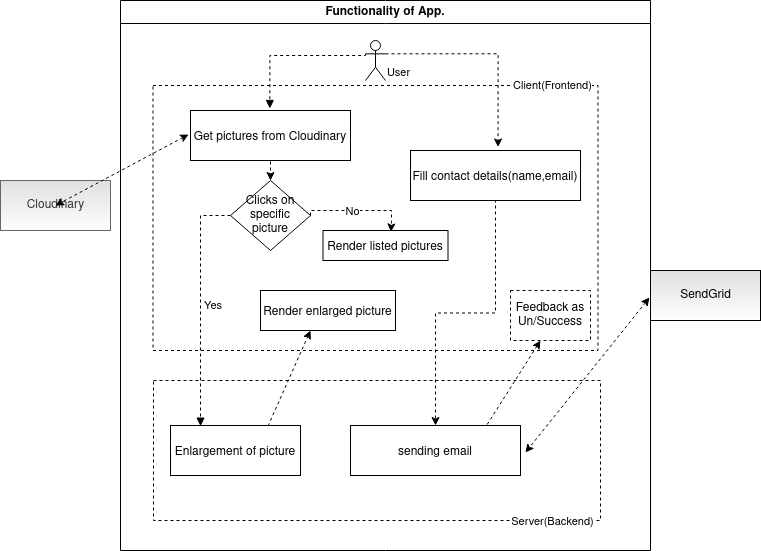
Above: Diagram2st.drawio.png in Dan88Hus/DLBCSPJWD01 (draw.io), before the change. Source tidied: cells renumbered, new cells last; positions are measured from the earlier drawing's top-left corner, leaving out a move shared by most shapes. The source it was exported from:
```xml
<mxGraphModel>
  <root>
    <mxCell id="0" />
    <mxCell id="1" parent="0" />
    <mxCell id="2" value="Functionality of App." style="swimlane;whiteSpace=wrap;startSize=23;" parent="1" vertex="1">
      <mxGeometry x="120" width="530" height="550" as="geometry" />
    </mxCell>
    <mxCell id="3" style="rounded=0;whiteSpace=wrap;html=1;strokeColor=default;fillColor=none;dashed=1;" parent="2" vertex="1">
      <mxGeometry x="33" y="380" width="447" height="140" as="geometry" />
    </mxCell>
    <mxCell id="4" style="rounded=0;whiteSpace=wrap;html=1;fillColor=none;dashed=1;" parent="2" vertex="1">
      <mxGeometry x="32.5" y="85" width="445" height="265" as="geometry" />
    </mxCell>
    <mxCell id="5" value="Enlargement of picture" parent="2" vertex="1">
      <mxGeometry x="50" y="425" width="130" height="50" as="geometry" />
    </mxCell>
    <mxCell id="6" value="Render enlarged picture" parent="2" vertex="1">
      <mxGeometry x="140" y="290" width="135" height="40" as="geometry" />
    </mxCell>
    <mxCell id="7" value="Get pictures from Cloudinary" parent="2" vertex="1">
      <mxGeometry x="70" y="110" width="160" height="50" as="geometry" />
    </mxCell>
    <mxCell id="8" style="endArrow=classic;html=1;rounded=0;entryX=0.5;entryY=0;entryDx=0;entryDy=0;exitX=0.5;exitY=1.02;exitDx=0;exitDy=0;exitPerimeter=0;dashed=1;" parent="2" edge="1" source="7" target="13">
      <mxGeometry relative="1" as="geometry" />
    </mxCell>
    <mxCell id="9" style="edgeStyle=orthogonalEdgeStyle;rounded=0;jettySize=auto;html=1;exitX=1;exitY=0.3333333333333333;exitDx=0;exitDy=0;entryX=0.515;entryY=-0.07;entryDx=0;entryDy=0;dashed=1;exitPerimeter=0;entryPerimeter=0;" parent="2" edge="1" source="20" target="18">
      <mxGeometry relative="1" as="geometry" />
    </mxCell>
    <mxCell id="10" value="User" style="edgeLabel;html=1;align=center;verticalAlign=middle;rotation=0;" parent="2" vertex="1">
      <mxGeometry x="320" y="70" as="geometry">
        <mxPoint x="-42" y="2" as="offset" />
      </mxGeometry>
    </mxCell>
    <mxCell id="11" style="edgeStyle=orthogonalEdgeStyle;rounded=0;jettySize=auto;html=1;exitX=1;exitY=0.5;exitDx=0;exitDy=0;entryX=0.544;entryY=0.046;entryDx=0;entryDy=0;entryPerimeter=0;dashed=1;" parent="2" edge="1" source="13" target="16">
      <mxGeometry relative="1" as="geometry">
        <Array as="points">
          <mxPoint x="190" y="210" />
          <mxPoint x="271" y="210" />
          <mxPoint x="271" y="221" />
        </Array>
      </mxGeometry>
    </mxCell>
    <mxCell id="12" value="No" style="edgeLabel;html=1;align=center;verticalAlign=middle;" parent="11" vertex="1">
      <mxGeometry x="-0.67" relative="1" as="geometry">
        <mxPoint x="28" as="offset" />
      </mxGeometry>
    </mxCell>
    <mxCell id="13" value="Clicks on specific picture" style="rhombus;whiteSpace=wrap;html=1;" parent="2" vertex="1">
      <mxGeometry x="110" y="180" width="80" height="70" as="geometry" />
    </mxCell>
    <mxCell id="14" style="edgeStyle=orthogonalEdgeStyle;html=1;align=left;spacingLeft=2;endArrow=block;rounded=0;entryX=0.496;entryY=-0.04;exitX=0;exitY=0.3333333333333333;exitDx=0;exitDy=0;entryDx=0;entryDy=0;entryPerimeter=0;dashed=1;exitPerimeter=0;" parent="2" edge="1" source="20" target="7">
      <mxGeometry relative="1" as="geometry">
        <Array as="points">
          <mxPoint x="245" y="55" />
          <mxPoint x="150" y="55" />
          <mxPoint x="150" y="108" />
        </Array>
      </mxGeometry>
    </mxCell>
    <mxCell id="15" value="Yes" style="edgeStyle=orthogonalEdgeStyle;html=1;align=left;spacingLeft=2;endArrow=block;rounded=0;exitX=0;exitY=0.5;exitDx=0;exitDy=0;dashed=1;entryX=0.231;entryY=0.013;entryDx=0;entryDy=0;entryPerimeter=0;" parent="2" edge="1" source="13" target="5">
      <mxGeometry relative="1" as="geometry">
        <Array as="points">
          <mxPoint x="80" y="215" />
        </Array>
      </mxGeometry>
    </mxCell>
    <mxCell id="16" value="Render listed pictures" parent="2" vertex="1">
      <mxGeometry x="202.5" y="230" width="125" height="30" as="geometry" />
    </mxCell>
    <mxCell id="17" style="edgeStyle=orthogonalEdgeStyle;rounded=0;jettySize=auto;html=1;entryX=0.5;entryY=0;entryDx=0;entryDy=0;entryPerimeter=0;dashed=1;" parent="2" edge="1" source="18" target="19">
      <mxGeometry relative="1" as="geometry" />
    </mxCell>
    <mxCell id="18" value="Fill contact details(name,email)" parent="2" vertex="1">
      <mxGeometry x="290" y="150" width="170" height="50" as="geometry" />
    </mxCell>
    <mxCell id="19" value="sending email" parent="2" vertex="1">
      <mxGeometry x="230" y="425" width="170" height="50" as="geometry" />
    </mxCell>
    <mxCell id="20" style="shape=umlActor;verticalLabelPosition=bottom;verticalAlign=top;html=1;outlineConnect=0;fillColor=none;strokeColor=default;" parent="2" vertex="1">
      <mxGeometry x="245" y="40" width="20" height="40" as="geometry" />
    </mxCell>
    <mxCell id="21" value="Client(Frontend)" style="edgeLabel;html=1;align=center;verticalAlign=middle;" parent="2" vertex="1">
      <mxGeometry x="265" y="200" as="geometry">
        <mxPoint x="166" y="-116" as="offset" />
      </mxGeometry>
    </mxCell>
    <mxCell id="22" style="endArrow=classic;startArrow=none;html=1;rounded=0;exitX=0.75;exitY=0.013;exitDx=0;exitDy=0;exitPerimeter=0;entryX=0.37;entryY=1;entryDx=0;entryDy=0;entryPerimeter=0;dashed=1;startFill=0;" parent="2" edge="1" source="5" target="6">
      <mxGeometry relative="1" as="geometry" />
    </mxCell>
    <mxCell id="23" value="Server(Backend)" style="edgeLabel;html=1;align=center;verticalAlign=middle;" parent="2" vertex="1">
      <mxGeometry x="265" y="636" as="geometry">
        <mxPoint x="166" y="-116" as="offset" />
      </mxGeometry>
    </mxCell>
    <mxCell id="24" value="Feedback as Un/Success" style="rounded=0;whiteSpace=wrap;html=1;dashed=1;strokeColor=default;fillColor=none;" parent="2" vertex="1">
      <mxGeometry x="390" y="290" width="80" height="50" as="geometry" />
    </mxCell>
    <mxCell id="25" style="endArrow=classic;startArrow=none;html=1;rounded=0;dashed=1;startFill=0;entryX=0.375;entryY=1;entryDx=0;entryDy=0;entryPerimeter=0;exitX=0.804;exitY=-0.02;exitDx=0;exitDy=0;exitPerimeter=0;" parent="2" edge="1" source="19" target="24">
      <mxGeometry relative="1" as="geometry" />
    </mxCell>
    <mxCell id="26" value="Cloudinary" style="html=1;fillColor=#E0E0E0;strokeColor=#666666;fontColor=#333333;gradientColor=#ffffff;" parent="1" vertex="1">
      <mxGeometry y="180" width="110" height="50" as="geometry" />
    </mxCell>
    <mxCell id="27" style="endArrow=classic;startArrow=classic;html=1;rounded=1;exitX=-0.012;exitY=0.48;exitDx=0;exitDy=0;exitPerimeter=0;strokeColor=default;shadow=0;sketch=0;dashed=1;entryX=1;entryY=0.5;entryDx=0;entryDy=0;" parent="1" edge="1" source="7" target="26">
      <mxGeometry relative="1" as="geometry" />
    </mxCell>
    <mxCell id="28" value="SendGrid" style="html=1;fillColor=#E0E0E0;gradientColor=#ffffff;" parent="1" vertex="1">
      <mxGeometry x="650" y="270" width="110" height="50" as="geometry" />
    </mxCell>
    <mxCell id="29" style="endArrow=classic;startArrow=classic;html=1;rounded=0;exitX=-0.009;exitY=0.54;exitDx=0;exitDy=0;entryX=1.029;entryY=0.54;entryDx=0;entryDy=0;exitPerimeter=0;entryPerimeter=0;dashed=1;" parent="1" edge="1" source="28" target="19">
      <mxGeometry relative="1" as="geometry" />
    </mxCell>
  </root>
</mxGraphModel>
```
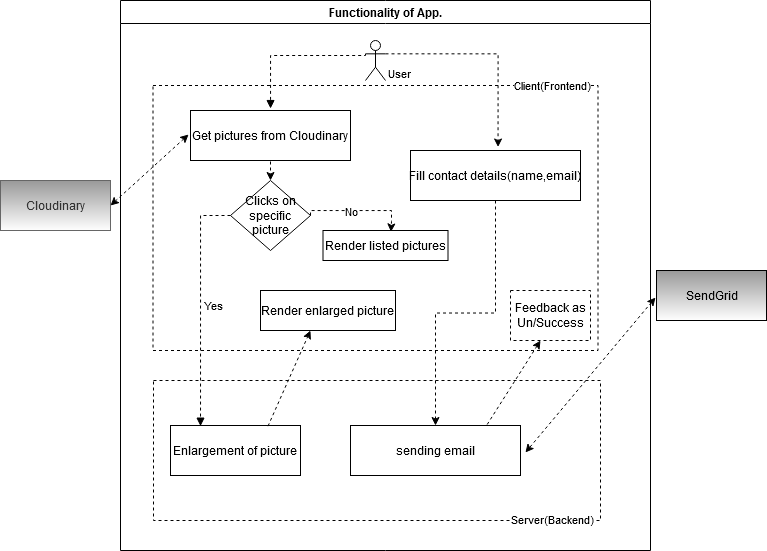
Above is the later version.

The edit, as a diff of the source:
```diff
@@ -88,7 +88,7 @@
       <mxGeometry relative="1" as="geometry" />
     </mxCell>
     <mxCell id="23" value="Server(Backend)" style="edgeLabel;html=1;align=center;verticalAlign=middle;" parent="2" vertex="1">
-      <mxGeometry x="265" y="636" as="geometry">
+      <mxGeometry x="265" y="634" as="geometry">
         <mxPoint x="166" y="-116" as="offset" />
       </mxGeometry>
     </mxCell>
@@ -98,14 +98,14 @@
     <mxCell id="25" style="endArrow=classic;startArrow=none;html=1;rounded=0;dashed=1;startFill=0;entryX=0.375;entryY=1;entryDx=0;entryDy=0;entryPerimeter=0;exitX=0.804;exitY=-0.02;exitDx=0;exitDy=0;exitPerimeter=0;" parent="2" edge="1" source="19" target="24">
       <mxGeometry relative="1" as="geometry" />
     </mxCell>
-    <mxCell id="26" value="Cloudinary" style="html=1;fillColor=#E0E0E0;strokeColor=#666666;fontColor=#333333;gradientColor=#ffffff;" parent="1" vertex="1">
+    <mxCell id="26" value="Cloudinary" style="html=1;fillColor=#999999;strokeColor=#666666;fontColor=#333333;gradientColor=#ffffff;" parent="1" vertex="1">
       <mxGeometry y="180" width="110" height="50" as="geometry" />
     </mxCell>
     <mxCell id="27" style="endArrow=classic;startArrow=classic;html=1;rounded=1;exitX=-0.012;exitY=0.48;exitDx=0;exitDy=0;exitPerimeter=0;strokeColor=default;shadow=0;sketch=0;dashed=1;entryX=1;entryY=0.5;entryDx=0;entryDy=0;" parent="1" edge="1" source="7" target="26">
       <mxGeometry relative="1" as="geometry" />
     </mxCell>
-    <mxCell id="28" value="SendGrid" style="html=1;fillColor=#E0E0E0;gradientColor=#ffffff;" parent="1" vertex="1">
-      <mxGeometry x="650" y="270" width="110" height="50" as="geometry" />
+    <mxCell id="28" value="SendGrid" style="html=1;fillColor=#999999;gradientColor=#ffffff;" parent="1" vertex="1">
+      <mxGeometry x="656" y="270" width="110" height="50" as="geometry" />
     </mxCell>
     <mxCell id="29" style="endArrow=classic;startArrow=classic;html=1;rounded=0;exitX=-0.009;exitY=0.54;exitDx=0;exitDy=0;entryX=1.029;entryY=0.54;entryDx=0;entryDy=0;exitPerimeter=0;entryPerimeter=0;dashed=1;" parent="1" edge="1" source="28" target="19">
       <mxGeometry relative="1" as="geometry" />
```
